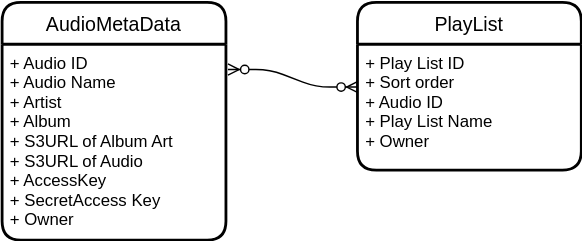
joe-king-sh/bucketify keeps this draw.io diagram as docs/db/ER-diagrams.drawio.svg. Above is the earlier version. Source tidied: cells renumbered, new cells last; positions are measured from the earlier drawing's top-left corner, leaving out a move shared by most shapes. Its diagram source:
```xml
<mxGraphModel>
  <root>
    <mxCell id="0" />
    <mxCell id="1" parent="0" />
    <mxCell id="2" value="AudioMetaData" style="swimlane;horizontal=1;startSize=30;rounded=1;fontSize=14;fontStyle=0;strokeWidth=2;shadow=0;dashed=0;align=center;" parent="1" vertex="1">
      <mxGeometry width="160" height="170" as="geometry" />
    </mxCell>
    <mxCell id="3" value="+ Audio ID&#10;+ Audio Name&#10;+ Artist&#10;+ Album&#10;+ S3URL of Album Art&#10;+ S3URL of Audio&#10;+ AccessKey&#10;+ SecretAccess Key&#10;+ Owner&#10;" style="align=left;strokeColor=none;fillColor=none;spacingLeft=4;fontSize=12;verticalAlign=top;" parent="2" vertex="1">
      <mxGeometry y="30" width="160" height="140" as="geometry" />
    </mxCell>
    <mxCell id="4" value="PlayList" style="swimlane;horizontal=1;startSize=30;rounded=1;fontSize=14;fontStyle=0;strokeWidth=2;shadow=0;dashed=0;align=center;" parent="1" vertex="1">
      <mxGeometry x="254" width="160" height="120" as="geometry" />
    </mxCell>
    <mxCell id="5" value="+ Play List ID&#10;+ Sort order&#10;+ Audio ID&#10;+ Play List Name&#10;+ Owner&#10;&#10;" style="align=left;strokeColor=none;fillColor=none;spacingLeft=4;fontSize=12;verticalAlign=top;" parent="4" vertex="1">
      <mxGeometry y="30" width="160" height="90" as="geometry" />
    </mxCell>
    <mxCell id="6" style="edgeStyle=entityRelationEdgeStyle;fontSize=12;html=1;endArrow=ERzeroToMany;endFill=1;startArrow=ERzeroToMany;exitX=1.009;exitY=0.129;exitDx=0;exitDy=0;exitPerimeter=0;entryX=0.002;entryY=0.34;entryDx=0;entryDy=0;entryPerimeter=0;" parent="1" edge="1" source="3" target="5">
      <mxGeometry relative="1" as="geometry" />
    </mxCell>
  </root>
</mxGraphModel>
```
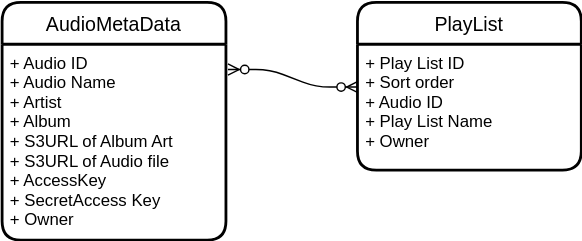
After the change.

Commit message:
Fix sheme design of dynamodb #3

Change to the diagram source:
```diff
@@ -5,7 +5,7 @@
     <mxCell id="2" value="AudioMetaData" style="swimlane;horizontal=1;startSize=30;rounded=1;fontSize=14;fontStyle=0;strokeWidth=2;shadow=0;dashed=0;align=center;" parent="1" vertex="1">
       <mxGeometry width="160" height="170" as="geometry" />
     </mxCell>
-    <mxCell id="3" value="+ Audio ID&#10;+ Audio Name&#10;+ Artist&#10;+ Album&#10;+ S3URL of Album Art&#10;+ S3URL of Audio&#10;+ AccessKey&#10;+ SecretAccess Key&#10;+ Owner&#10;" style="align=left;strokeColor=none;fillColor=none;spacingLeft=4;fontSize=12;verticalAlign=top;" parent="2" vertex="1">
+    <mxCell id="3" value="+ Audio ID&#10;+ Audio Name&#10;+ Artist&#10;+ Album&#10;+ S3URL of Album Art&#10;+ S3URL of Audio file&#10;+ AccessKey&#10;+ SecretAccess Key&#10;+ Owner&#10;" style="align=left;strokeColor=none;fillColor=none;spacingLeft=4;fontSize=12;verticalAlign=top;" parent="2" vertex="1">
       <mxGeometry y="30" width="160" height="140" as="geometry" />
     </mxCell>
     <mxCell id="4" value="PlayList" style="swimlane;horizontal=1;startSize=30;rounded=1;fontSize=14;fontStyle=0;strokeWidth=2;shadow=0;dashed=0;align=center;" parent="1" vertex="1">
```
